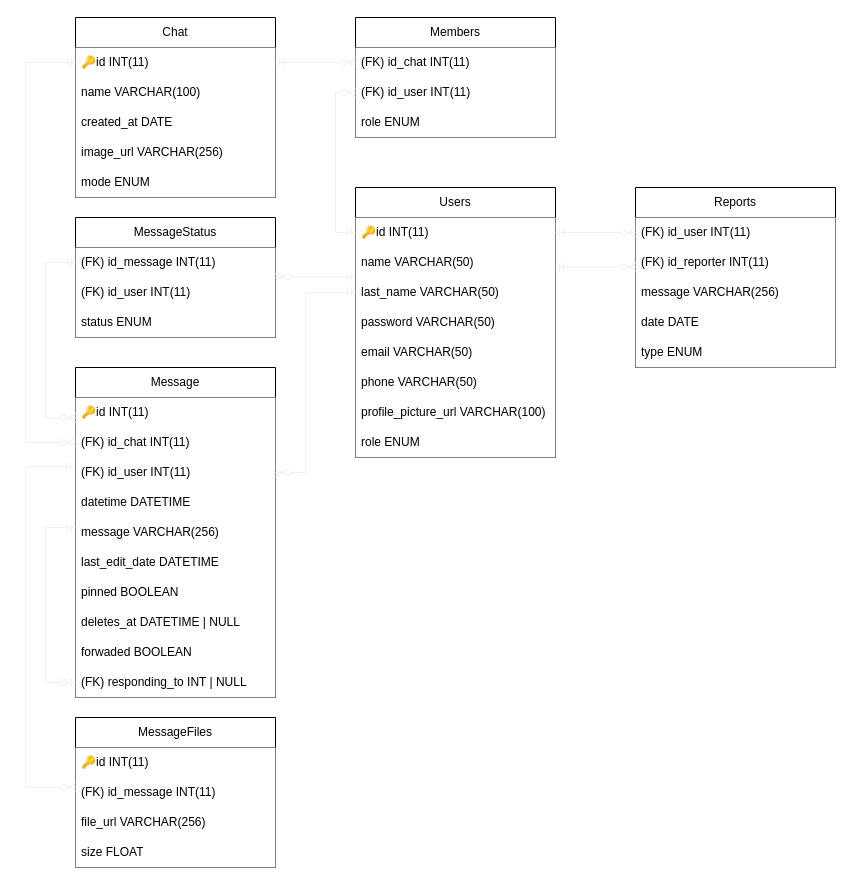
benjahuenchunir/React_Madrid_frontend keeps this draw.io diagram as modifiable/RelationalSchema.drawio. Above is the earlier version. Source tidied: cells renumbered, new cells numbered last; positions are measured from the earlier drawing's top-left corner, leaving out a move shared by most shapes. Both pictures are drawn from the tidied source at 100%, with x=0, y=0 at pixel (25, 17).
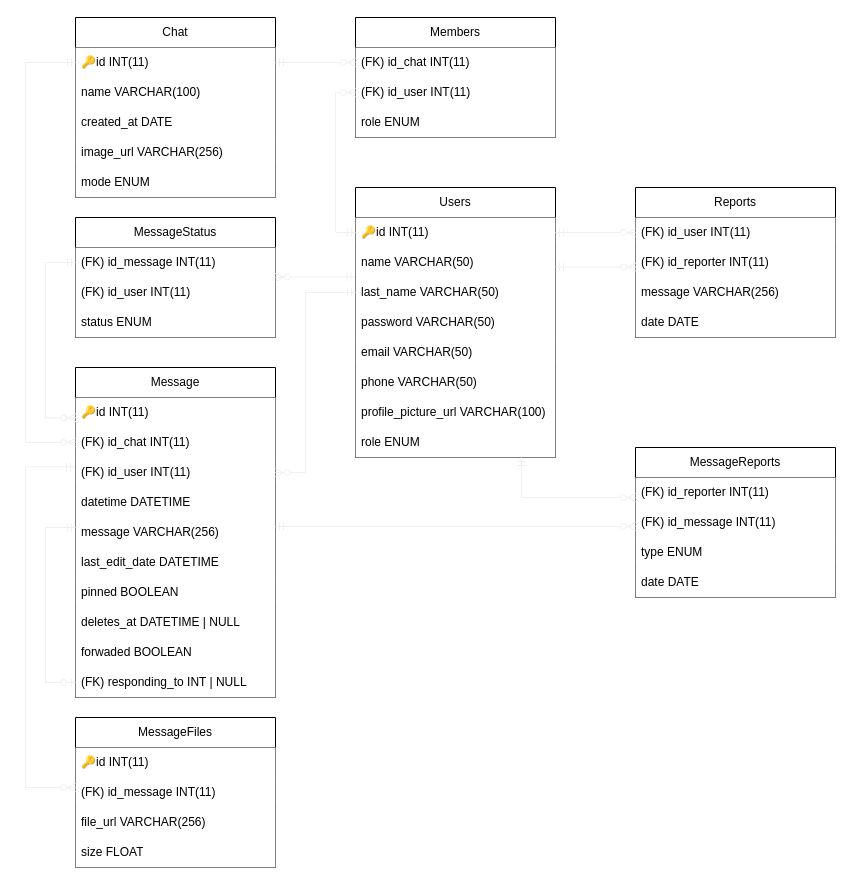
After the change.

Commit message (it also covers changes not shown here):
feat(chats): add diferent changeTypes

Change to the diagram source:
```diff
@@
     <mxCell id="21" value="Reports" style="swimlane;fontStyle=0;horizontal=1;startSize=30;whiteSpace=wrap;html=1;" parent="1" vertex="1">
-      <mxGeometry x="610" y="170" width="200" height="180" as="geometry" />
+      <mxGeometry x="610" y="170" width="200" height="150" as="geometry" />
     </mxCell>
@@
-    <mxCell id="26" value="type ENUM" style="text;strokeColor=none;fillColor=default;align=left;verticalAlign=middle;spacingLeft=4;spacingRight=4;overflow=hidden;whiteSpace=wrap;html=1;" parent="21" vertex="1">
-      <mxGeometry y="150" width="200" height="30" as="geometry" />
-    </mxCell>
@@
+    <mxCell id="57" value="MessageReports" style="swimlane;fontStyle=0;horizontal=1;startSize=30;whiteSpace=wrap;html=1;" parent="1" vertex="1">
+      <mxGeometry x="610" y="430" width="200" height="150" as="geometry" />
+    </mxCell>
+    <mxCell id="58" value="(FK)&amp;nbsp;id_reporter INT(11)" style="text;strokeColor=none;fillColor=default;align=left;verticalAlign=middle;spacingLeft=4;spacingRight=4;overflow=hidden;whiteSpace=wrap;html=1;" parent="57" vertex="1">
+      <mxGeometry y="30" width="200" height="30" as="geometry" />
+    </mxCell>
+    <mxCell id="59" value="(FK)&amp;nbsp;id_message INT(11)" style="text;strokeColor=none;fillColor=default;align=left;verticalAlign=middle;spacingLeft=4;spacingRight=4;overflow=hidden;whiteSpace=wrap;html=1;" parent="57" vertex="1">
+      <mxGeometry y="60" width="200" height="30" as="geometry" />
+    </mxCell>
+    <mxCell id="26" value="type ENUM" style="text;strokeColor=none;fillColor=default;align=left;verticalAlign=middle;spacingLeft=4;spacingRight=4;overflow=hidden;whiteSpace=wrap;html=1;" parent="57" vertex="1">
+      <mxGeometry y="90" width="200" height="30" as="geometry" />
+    </mxCell>
+    <mxCell id="60" value="date DATE" style="text;strokeColor=none;fillColor=default;align=left;verticalAlign=middle;spacingLeft=4;spacingRight=4;overflow=hidden;whiteSpace=wrap;html=1;" parent="57" vertex="1">
+      <mxGeometry y="120" width="200" height="30" as="geometry" />
+    </mxCell>
+    <mxCell id="61" style="fontSize=12;html=1;endArrow=ERzeroToMany;startArrow=ERmandOne;rounded=0;strokeColor=#F0F0F0;edgeStyle=orthogonalEdgeStyle;elbow=vertical;" parent="1" edge="1">
+      <mxGeometry relative="1" as="geometry">
+        <mxPoint x="496" y="440" as="sourcePoint" />
+        <mxPoint x="610" y="480" as="targetPoint" />
+        <Array as="points">
+          <mxPoint x="496" y="441" />
+          <mxPoint x="496" y="475" />
+        </Array>
+      </mxGeometry>
+    </mxCell>
+    <mxCell id="62" style="fontSize=12;html=1;endArrow=ERzeroToMany;startArrow=ERmandOne;rounded=0;strokeColor=#F0F0F0;edgeStyle=orthogonalEdgeStyle;elbow=vertical;" parent="1" edge="1">
+      <mxGeometry relative="1" as="geometry">
+        <mxPoint x="250" y="509" as="sourcePoint" />
+        <mxPoint x="610" y="509" as="targetPoint" />
+        <Array as="points">
+          <mxPoint x="250" y="509" />
+          <mxPoint x="610" y="509" />
+        </Array>
+      </mxGeometry>
+    </mxCell>
```
